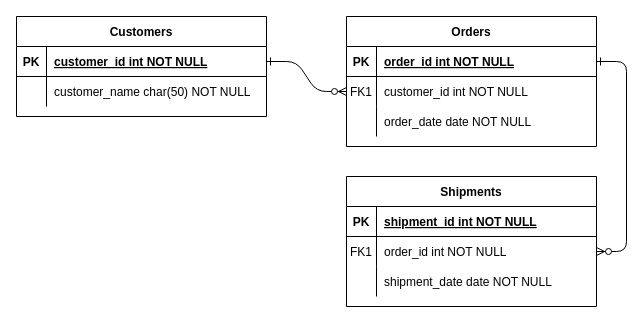
ZhuoruLi/gitdraw keeps this draw.io diagram as Untitled Diagram.drawio. Above is the earlier version. Source tidied: cells renumbered, new cells numbered last; positions are measured from the earlier drawing's top-left corner, leaving out a move shared by most shapes. Both pictures are drawn from the tidied source at 100%, with x=0, y=0 at pixel (16, 16).
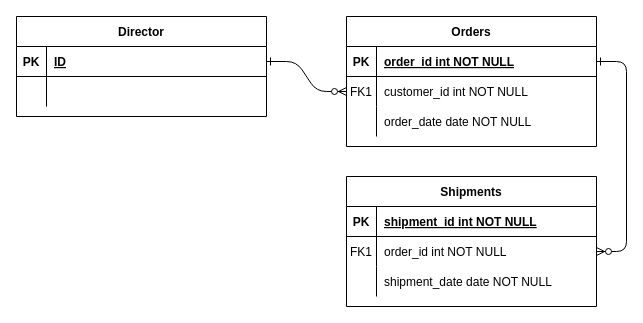
The same page after the edit.

The change refers to these unchanged cells:
```xml
<mxCell id="25" style="shape=partialRectangle;fillColor=none;points=[[0,0.5],[1,0.5]];portConstraint=eastwest;top=0;left=0;right=0;bottom=1;" parent="24" vertex="1">
  <mxGeometry y="30" width="250" height="30" as="geometry" />
</mxCell>
<mxCell id="28" style="shape=partialRectangle;fillColor=none;top=0;left=0;right=0;bottom=0;" parent="24" vertex="1">
  <mxGeometry y="60" width="250" height="30" as="geometry" />
</mxCell>
```

Diff of the diagram source:
```diff
@@
-    <mxCell id="24" value="Customers" style="shape=table;startSize=30;childLayout=tableLayout;rowLines=0;fontStyle=1;align=center;" parent="1" vertex="1">
+    <mxCell id="24" value="Director" style="shape=table;startSize=30;childLayout=tableLayout;rowLines=0;fontStyle=1;align=center;" parent="1" vertex="1">
       <mxGeometry width="250" height="100" as="geometry" />
     </mxCell>
@@
-    <mxCell id="27" value="customer_id int NOT NULL " style="shape=partialRectangle;overflow=hidden;fillColor=none;top=0;left=0;bottom=0;right=0;align=left;spacingLeft=6;fontStyle=5;" parent="25" vertex="1">
+    <mxCell id="27" value="ID" style="shape=partialRectangle;overflow=hidden;fillColor=none;top=0;left=0;bottom=0;right=0;align=left;spacingLeft=6;fontStyle=5;" parent="25" vertex="1">
       <mxGeometry x="30" width="220" height="30" as="geometry" />
     </mxCell>
@@
-    <mxCell id="30" value="customer_name char(50) NOT NULL" style="shape=partialRectangle;overflow=hidden;fillColor=none;top=0;left=0;bottom=0;right=0;align=left;spacingLeft=6;" parent="28" vertex="1">
+    <mxCell id="30" style="shape=partialRectangle;overflow=hidden;fillColor=none;top=0;left=0;bottom=0;right=0;align=left;spacingLeft=6;" parent="28" vertex="1">
       <mxGeometry x="30" width="220" height="30" as="geometry" />
     </mxCell>
```
